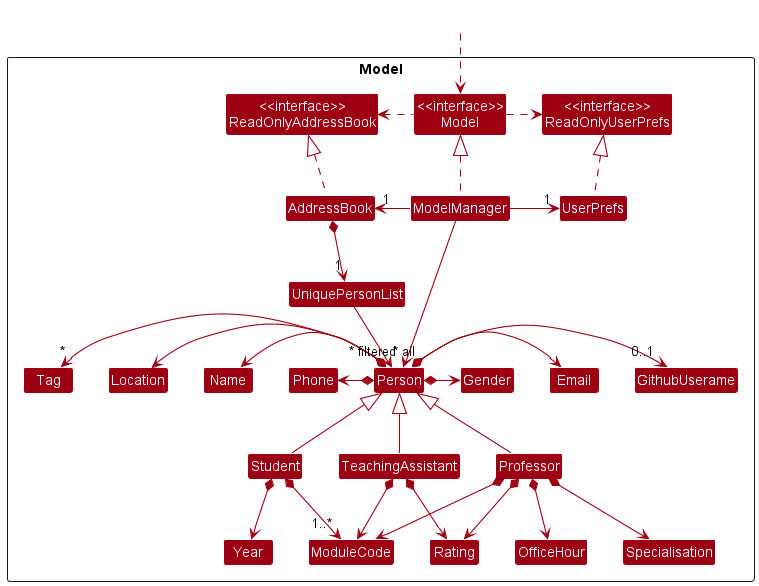
Before: docs/images/ModelClassDiagram.png, a diagram exported from PlantUML (nus-cs2103-AY2223S1/tp).
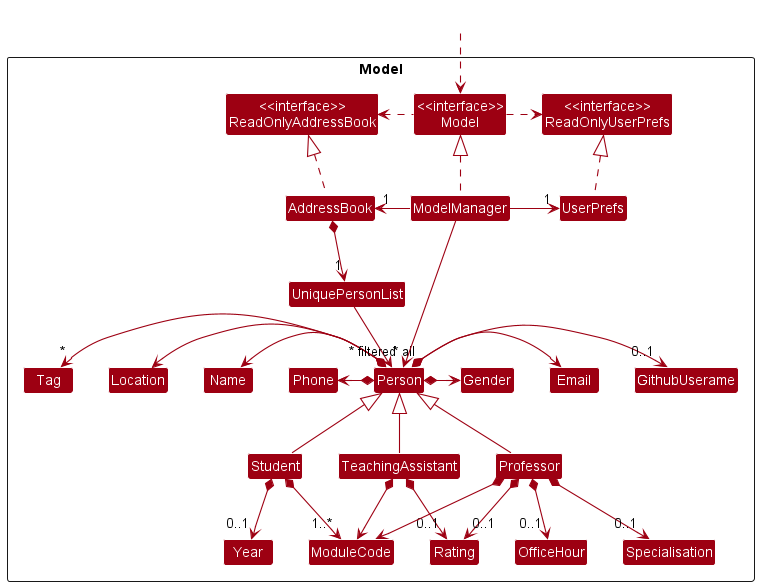
The same file after the commit.

Commit message:
Update Model class diagram

The edit, as a diff of the source:
```diff
@@ -55,11 +55,11 @@
 Person <|-- Student
 Person <|-- Professor
 Person <|-- TeachingAssistant
-Student *--> Year
-Professor *--> Rating
-Professor *--> OfficeHour
-Professor *--> Specialisation
-TeachingAssistant *--> Rating
+Student *--> "0..1" Year
+Professor *--> "0..1" Rating
+Professor *--> "0..1" OfficeHour
+Professor *--> "0..1" Specialisation
+TeachingAssistant *--> "0..1" Rating
 Professor *--> ModuleCode
 Student *--> "1..*" ModuleCode
 TeachingAssistant *--> ModuleCode
```
